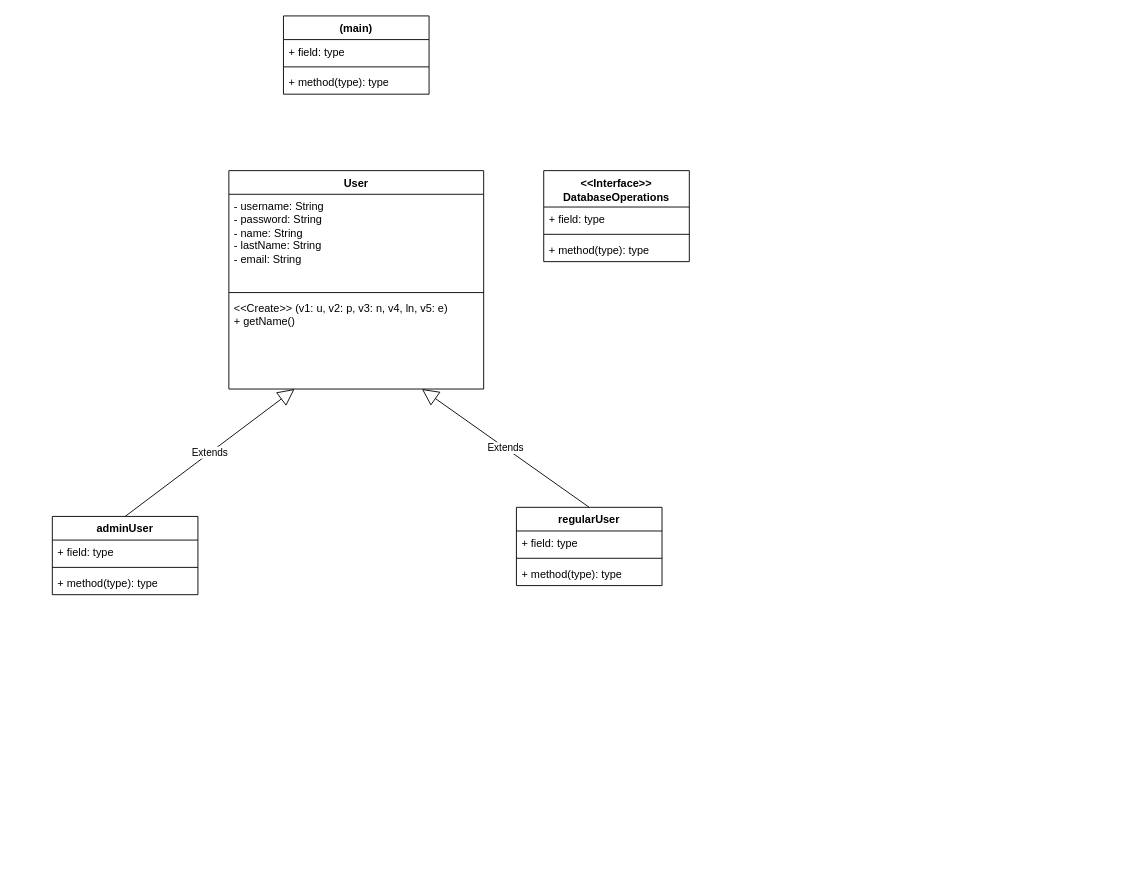
Above: Test.drawio in Douglas2022322/databases_-_OCC_diagram (draw.io), before the change. Source tidied: cells renumbered, new cells numbered last; positions are measured from the earlier drawing's top-left corner, leaving out a move shared by most shapes. Both pictures are drawn from the tidied source at 91%, with x=0, y=0 at pixel (52, 15).
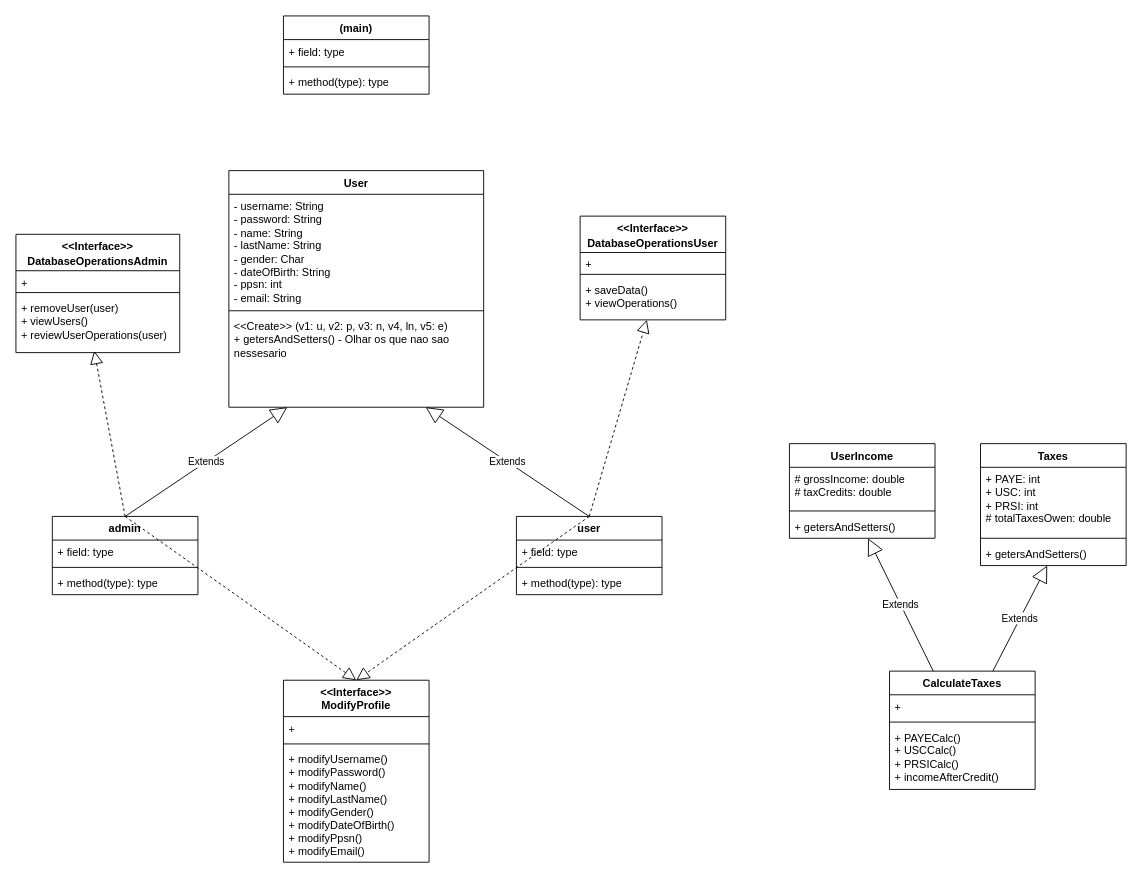
The same diagram, later.

Diff of the diagram source:
```diff
@@
     <mxCell id="6" value="User" style="swimlane;fontStyle=1;align=center;verticalAlign=top;horizontal=1;startSize=26;whiteSpace=wrap;html=1;" parent="1" vertex="1">
-      <mxGeometry x="194" y="170" width="280" height="240" as="geometry" />
+      <mxGeometry x="194" y="170" width="280" height="260" as="geometry" />
     </mxCell>
-    <mxCell id="7" value="- username: String&lt;br&gt;- password: String&lt;br&gt;- name: String&lt;br&gt;- lastName: String&lt;br&gt;- email: String" style="text;strokeColor=none;fillColor=none;align=left;verticalAlign=top;spacingLeft=4;spacingRight=4;overflow=hidden;whiteSpace=wrap;html=1;" parent="6" vertex="1">
-      <mxGeometry y="26" width="280" height="104" as="geometry" />
+    <mxCell id="7" value="- username: String&lt;br&gt;- password: String&lt;br&gt;- name: String&lt;br&gt;- lastName: String&lt;br&gt;- gender: Char&lt;br&gt;- dateOfBirth: String&lt;br&gt;- ppsn: int&lt;br&gt;- email: String" style="text;strokeColor=none;fillColor=none;align=left;verticalAlign=top;spacingLeft=4;spacingRight=4;overflow=hidden;whiteSpace=wrap;html=1;" parent="6" vertex="1">
+      <mxGeometry y="26" width="280" height="124" as="geometry" />
     </mxCell>
     <mxCell id="8" style="line;strokeWidth=1;fillColor=none;align=left;verticalAlign=middle;spacingTop=-1;spacingLeft=3;spacingRight=3;labelPosition=right;strokeColor=inherit;" parent="6" vertex="1">
-      <mxGeometry y="130" width="280" height="8" as="geometry" />
+      <mxGeometry y="150" width="280" height="8" as="geometry" />
     </mxCell>
-    <mxCell id="9" value="&amp;lt;&amp;lt;Create&amp;gt;&amp;gt; (v1: u, v2: p, v3: n, v4, ln, v5: e)&lt;br&gt;+ getName()" style="text;strokeColor=none;fillColor=none;align=left;verticalAlign=top;spacingLeft=4;spacingRight=4;overflow=hidden;points=[[0,0.5],[1,0.5]];portConstraint=eastwest;whiteSpace=wrap;html=1;" parent="6" vertex="1">
-      <mxGeometry y="138" width="280" height="102" as="geometry" />
+    <mxCell id="9" value="&amp;lt;&amp;lt;Create&amp;gt;&amp;gt; (v1: u, v2: p, v3: n, v4, ln, v5: e)&lt;br&gt;+ getersAndSetters() - Olhar os que nao sao nessesario" style="text;strokeColor=none;fillColor=none;align=left;verticalAlign=top;spacingLeft=4;spacingRight=4;overflow=hidden;points=[[0,0.5],[1,0.5]];portConstraint=eastwest;whiteSpace=wrap;html=1;" parent="6" vertex="1">
+      <mxGeometry y="158" width="280" height="102" as="geometry" />
     </mxCell>
-    <mxCell id="10" value="adminUser" style="swimlane;fontStyle=1;align=center;verticalAlign=top;horizontal=1;startSize=26;whiteSpace=wrap;html=1;" parent="1" vertex="1">
+    <mxCell id="10" value="admin" style="swimlane;fontStyle=1;align=center;verticalAlign=top;horizontal=1;startSize=26;whiteSpace=wrap;html=1;" parent="1" vertex="1">
       <mxGeometry y="550" width="160" height="86" as="geometry" />
     </mxCell>
@@
-    <mxCell id="14" value="regularUser" style="swimlane;fontStyle=1;align=center;verticalAlign=top;horizontal=1;startSize=26;whiteSpace=wrap;html=1;" parent="1" vertex="1">
-      <mxGeometry x="510" y="540" width="160" height="86" as="geometry" />
+    <mxCell id="14" value="user" style="swimlane;fontStyle=1;align=center;verticalAlign=top;horizontal=1;startSize=26;whiteSpace=wrap;html=1;" parent="1" vertex="1">
+      <mxGeometry x="510" y="550" width="160" height="86" as="geometry" />
     </mxCell>
@@
-    <mxCell id="19" value="&amp;lt;&amp;lt;Interface&amp;gt;&amp;gt;&lt;br&gt;DatabaseOperations&lt;span style=&quot;color: rgb(255, 255, 255); font-family: &amp;quot;Söhne Mono&amp;quot;, Monaco, &amp;quot;Andale Mono&amp;quot;, &amp;quot;Ubuntu Mono&amp;quot;, monospace; font-size: 14px; font-weight: 400; text-align: left; background-color: rgb(0, 0, 0);&quot;&gt; &lt;/span&gt;" style="swimlane;fontStyle=1;align=center;verticalAlign=top;horizontal=1;startSize=40;whiteSpace=wrap;html=1;" parent="1" vertex="1">
-      <mxGeometry x="540" y="170" width="160" height="100" as="geometry" />
+    <mxCell id="19" value="&amp;lt;&amp;lt;Interface&amp;gt;&amp;gt;&lt;br&gt;DatabaseOperationsAdmin&lt;span style=&quot;color: rgb(255, 255, 255); font-family: &amp;quot;Söhne Mono&amp;quot;, Monaco, &amp;quot;Andale Mono&amp;quot;, &amp;quot;Ubuntu Mono&amp;quot;, monospace; font-size: 14px; font-weight: 400; text-align: left; background-color: rgb(0, 0, 0);&quot;&gt;&lt;/span&gt;" style="swimlane;fontStyle=1;align=center;verticalAlign=top;horizontal=1;startSize=40;whiteSpace=wrap;html=1;" parent="1" vertex="1">
+      <mxGeometry x="-40" y="240" width="180" height="130" as="geometry" />
     </mxCell>
-    <mxCell id="20" value="+ field: type" style="text;strokeColor=none;fillColor=none;align=left;verticalAlign=top;spacingLeft=4;spacingRight=4;overflow=hidden;whiteSpace=wrap;html=1;" parent="19" vertex="1">
-      <mxGeometry y="40" width="160" height="26" as="geometry" />
+    <mxCell id="20" value="+" style="text;strokeColor=none;fillColor=none;align=left;verticalAlign=top;spacingLeft=4;spacingRight=4;overflow=hidden;whiteSpace=wrap;html=1;" parent="19" vertex="1">
+      <mxGeometry y="40" width="180" height="20" as="geometry" />
     </mxCell>
     <mxCell id="21" style="line;strokeWidth=1;fillColor=none;align=left;verticalAlign=middle;spacingTop=-1;spacingLeft=3;spacingRight=3;labelPosition=right;strokeColor=inherit;" parent="19" vertex="1">
-      <mxGeometry y="66" width="160" height="8" as="geometry" />
+      <mxGeometry y="60" width="180" height="8" as="geometry" />
     </mxCell>
-    <mxCell id="22" value="+ method(type): type" style="text;strokeColor=none;fillColor=none;align=left;verticalAlign=top;spacingLeft=4;spacingRight=4;overflow=hidden;points=[[0,0.5],[1,0.5]];portConstraint=eastwest;whiteSpace=wrap;html=1;" parent="19" vertex="1">
-      <mxGeometry y="74" width="160" height="26" as="geometry" />
+    <mxCell id="22" value="+ removeUser(user)&lt;br&gt;+ viewUsers()&lt;br&gt;+ reviewUserOperations(user)" style="text;strokeColor=none;fillColor=none;align=left;verticalAlign=top;spacingLeft=4;spacingRight=4;overflow=hidden;points=[[0,0.5],[1,0.5]];portConstraint=eastwest;whiteSpace=wrap;html=1;" parent="19" vertex="1">
+      <mxGeometry y="68" width="180" height="62" as="geometry" />
     </mxCell>
@@
+    <mxCell id="24" value="&amp;lt;&amp;lt;Interface&amp;gt;&amp;gt;&lt;br&gt;DatabaseOperationsUser&lt;span style=&quot;color: rgb(255, 255, 255); font-family: &amp;quot;Söhne Mono&amp;quot;, Monaco, &amp;quot;Andale Mono&amp;quot;, &amp;quot;Ubuntu Mono&amp;quot;, monospace; font-size: 14px; font-weight: 400; text-align: left; background-color: rgb(0, 0, 0);&quot;&gt;&lt;/span&gt;" style="swimlane;fontStyle=1;align=center;verticalAlign=top;horizontal=1;startSize=40;whiteSpace=wrap;html=1;" parent="1" vertex="1">
+      <mxGeometry x="580" y="220" width="160" height="114" as="geometry" />
+    </mxCell>
+    <mxCell id="25" value="+" style="text;strokeColor=none;fillColor=none;align=left;verticalAlign=top;spacingLeft=4;spacingRight=4;overflow=hidden;whiteSpace=wrap;html=1;" parent="24" vertex="1">
+      <mxGeometry y="40" width="160" height="20" as="geometry" />
+    </mxCell>
+    <mxCell id="26" style="line;strokeWidth=1;fillColor=none;align=left;verticalAlign=middle;spacingTop=-1;spacingLeft=3;spacingRight=3;labelPosition=right;strokeColor=inherit;" parent="24" vertex="1">
+      <mxGeometry y="60" width="160" height="8" as="geometry" />
+    </mxCell>
+    <mxCell id="27" value="+ saveData()&lt;br&gt;+ viewOperations()" style="text;strokeColor=none;fillColor=none;align=left;verticalAlign=top;spacingLeft=4;spacingRight=4;overflow=hidden;points=[[0,0.5],[1,0.5]];portConstraint=eastwest;whiteSpace=wrap;html=1;" parent="24" vertex="1">
+      <mxGeometry y="68" width="160" height="46" as="geometry" />
+    </mxCell>
+    <mxCell id="28" value="&amp;lt;&amp;lt;Interface&amp;gt;&amp;gt;&lt;br&gt;ModifyProfile" style="swimlane;fontStyle=1;align=center;verticalAlign=top;horizontal=1;startSize=40;whiteSpace=wrap;html=1;" parent="1" vertex="1">
+      <mxGeometry x="254" y="730" width="160" height="200" as="geometry" />
+    </mxCell>
+    <mxCell id="29" value="+&amp;nbsp;" style="text;strokeColor=none;fillColor=none;align=left;verticalAlign=top;spacingLeft=4;spacingRight=4;overflow=hidden;whiteSpace=wrap;html=1;" parent="28" vertex="1">
+      <mxGeometry y="40" width="160" height="26" as="geometry" />
+    </mxCell>
+    <mxCell id="30" style="line;strokeWidth=1;fillColor=none;align=left;verticalAlign=middle;spacingTop=-1;spacingLeft=3;spacingRight=3;labelPosition=right;strokeColor=inherit;" parent="28" vertex="1">
+      <mxGeometry y="66" width="160" height="8" as="geometry" />
+    </mxCell>
+    <mxCell id="31" value="+ modifyUsername()&lt;br&gt;+ modifyPassword()&lt;br&gt;+ modifyName()&lt;br&gt;+ modifyLastName()&lt;br&gt;+ modifyGender()&lt;br&gt;+ modifyDateOfBirth()&lt;br&gt;+ modifyPpsn()&lt;br&gt;+ modifyEmail()" style="text;strokeColor=none;fillColor=none;align=left;verticalAlign=top;spacingLeft=4;spacingRight=4;overflow=hidden;whiteSpace=wrap;html=1;" parent="28" vertex="1">
+      <mxGeometry y="74" width="160" height="126" as="geometry" />
+    </mxCell>
+    <mxCell id="32" style="endArrow=block;dashed=1;endFill=0;endSize=12;html=1;rounded=0;exitX=0.5;exitY=0;exitDx=0;exitDy=0;entryX=0.5;entryY=0;entryDx=0;entryDy=0;" parent="1" edge="1" source="10" target="28">
+      <mxGeometry relative="1" as="geometry" />
+    </mxCell>
+    <mxCell id="33" style="endArrow=block;dashed=1;endFill=0;endSize=12;html=1;rounded=0;exitX=0.5;exitY=0;exitDx=0;exitDy=0;entryX=0.5;entryY=0;entryDx=0;entryDy=0;" parent="1" edge="1" source="14" target="28">
+      <mxGeometry relative="1" as="geometry" />
+    </mxCell>
+    <mxCell id="34" style="endArrow=block;dashed=1;endFill=0;endSize=12;html=1;rounded=0;exitX=0.5;exitY=0;exitDx=0;exitDy=0;entryX=0.478;entryY=0.97;entryDx=0;entryDy=0;entryPerimeter=0;" parent="1" edge="1" source="10" target="22">
+      <mxGeometry relative="1" as="geometry" />
+    </mxCell>
+    <mxCell id="35" style="endArrow=block;dashed=1;endFill=0;endSize=12;html=1;rounded=0;exitX=0.5;exitY=0;exitDx=0;exitDy=0;" parent="1" edge="1" source="14" target="27">
+      <mxGeometry relative="1" as="geometry" />
+    </mxCell>
+    <mxCell id="36" value="Taxes" style="swimlane;fontStyle=1;align=center;verticalAlign=top;horizontal=1;startSize=26;whiteSpace=wrap;html=1;" parent="1" vertex="1">
+      <mxGeometry x="1020" y="470" width="160" height="134" as="geometry" />
+    </mxCell>
+    <mxCell id="37" value="+ PAYE: int&lt;br&gt;+ USC: int&lt;br&gt;+ PRSI: int&lt;br&gt;# totalTaxesOwen: double" style="text;strokeColor=none;fillColor=none;align=left;verticalAlign=top;spacingLeft=4;spacingRight=4;overflow=hidden;whiteSpace=wrap;html=1;" parent="36" vertex="1">
+      <mxGeometry y="26" width="160" height="74" as="geometry" />
+    </mxCell>
+    <mxCell id="38" style="line;strokeWidth=1;fillColor=none;align=left;verticalAlign=middle;spacingTop=-1;spacingLeft=3;spacingRight=3;labelPosition=right;strokeColor=inherit;" parent="36" vertex="1">
+      <mxGeometry y="100" width="160" height="8" as="geometry" />
+    </mxCell>
+    <mxCell id="39" value="+ getersAndSetters()" style="text;strokeColor=none;fillColor=none;align=left;verticalAlign=top;spacingLeft=4;spacingRight=4;overflow=hidden;points=[[0,0.5],[1,0.5]];portConstraint=eastwest;whiteSpace=wrap;html=1;" parent="36" vertex="1">
+      <mxGeometry y="108" width="160" height="26" as="geometry" />
+    </mxCell>
+    <mxCell id="40" value="UserIncome" style="swimlane;fontStyle=1;align=center;verticalAlign=top;horizontal=1;startSize=26;whiteSpace=wrap;html=1;" parent="1" vertex="1">
+      <mxGeometry x="810" y="470" width="160" height="104" as="geometry" />
+    </mxCell>
+    <mxCell id="41" value="# grossIncome: double&lt;br&gt;# taxCredits: double" style="text;strokeColor=none;fillColor=none;align=left;verticalAlign=top;spacingLeft=4;spacingRight=4;overflow=hidden;whiteSpace=wrap;html=1;" parent="40" vertex="1">
+      <mxGeometry y="26" width="160" height="44" as="geometry" />
+    </mxCell>
+    <mxCell id="42" style="line;strokeWidth=1;fillColor=none;align=left;verticalAlign=middle;spacingTop=-1;spacingLeft=3;spacingRight=3;labelPosition=right;strokeColor=inherit;" parent="40" vertex="1">
+      <mxGeometry y="70" width="160" height="8" as="geometry" />
+    </mxCell>
+    <mxCell id="43" value="+ getersAndSetters()" style="text;strokeColor=none;fillColor=none;align=left;verticalAlign=top;spacingLeft=4;spacingRight=4;overflow=hidden;points=[[0,0.5],[1,0.5]];portConstraint=eastwest;whiteSpace=wrap;html=1;" parent="40" vertex="1">
+      <mxGeometry y="78" width="160" height="26" as="geometry" />
+    </mxCell>
+    <mxCell id="44" value="CalculateTaxes" style="swimlane;fontStyle=1;align=center;verticalAlign=top;horizontal=1;startSize=26;whiteSpace=wrap;html=1;" parent="1" vertex="1">
+      <mxGeometry x="920" y="720" width="160" height="130" as="geometry" />
+    </mxCell>
+    <mxCell id="45" value="+" style="text;strokeColor=none;fillColor=none;align=left;verticalAlign=top;spacingLeft=4;spacingRight=4;overflow=hidden;whiteSpace=wrap;html=1;" parent="44" vertex="1">
+      <mxGeometry y="26" width="160" height="26" as="geometry" />
+    </mxCell>
+    <mxCell id="46" style="line;strokeWidth=1;fillColor=none;align=left;verticalAlign=middle;spacingTop=-1;spacingLeft=3;spacingRight=3;labelPosition=right;strokeColor=inherit;" parent="44" vertex="1">
+      <mxGeometry y="52" width="160" height="8" as="geometry" />
+    </mxCell>
+    <mxCell id="47" value="+ PAYECalc()&lt;br&gt;+ USCCalc()&lt;br&gt;+ PRSICalc()&lt;br&gt;+ incomeAfterCredit()" style="text;strokeColor=none;fillColor=none;align=left;verticalAlign=top;spacingLeft=4;spacingRight=4;overflow=hidden;whiteSpace=wrap;html=1;" parent="44" vertex="1">
+      <mxGeometry y="60" width="160" height="70" as="geometry" />
+    </mxCell>
+    <mxCell id="48" value="Extends" style="endArrow=block;endSize=16;endFill=0;html=1;rounded=0;" parent="1" edge="1" source="44" target="43">
+      <mxGeometry relative="1" as="geometry" />
+    </mxCell>
+    <mxCell id="49" value="Extends" style="endArrow=block;endSize=16;endFill=0;html=1;rounded=0;" parent="1" edge="1" source="44" target="39">
+      <mxGeometry relative="1" as="geometry" />
+    </mxCell>
```
